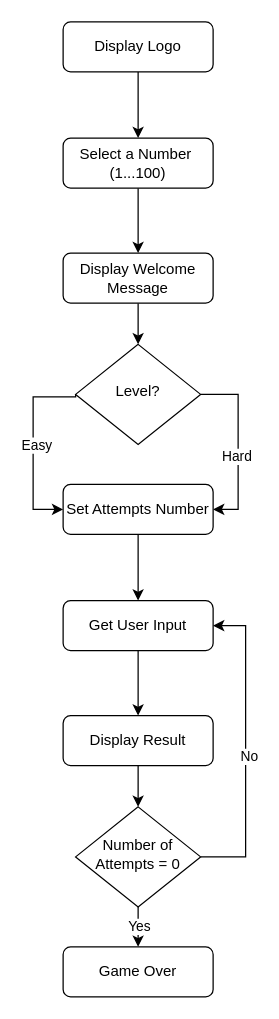
The draw.io diagram day_12_number_guessing_game/project_files/flowchart_number_guessing_game.drawio in ErkanHatipoglu/100-days-of-code, before the edit. Source tidied: cells renumbered, new cells numbered last; positions are measured from the earlier drawing's top-left corner, leaving out a move shared by most shapes. Both pictures are drawn from the tidied source at 125%, with x=0, y=0 at pixel (32, 21).
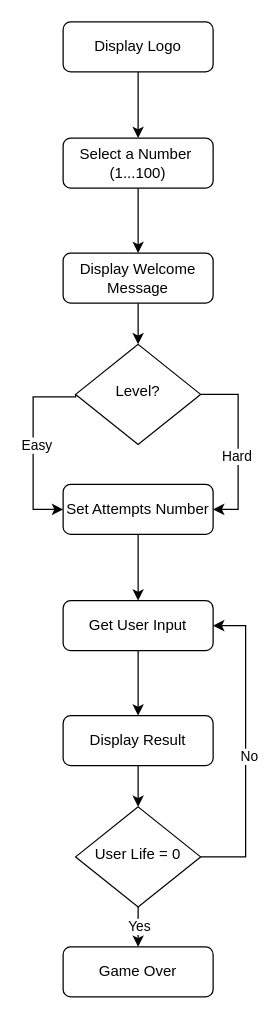
The same page after the edit.

Change to the diagram source:
```diff
@@
-    <mxCell id="21" value="Number of Attempts = 0" style="rhombus;whiteSpace=wrap;html=1;shadow=0;fontFamily=Helvetica;fontSize=12;align=center;strokeWidth=1;spacing=6;spacingTop=-4;" parent="1" vertex="1">
+    <mxCell id="21" value="User Life = 0" style="rhombus;whiteSpace=wrap;html=1;shadow=0;fontFamily=Helvetica;fontSize=12;align=center;strokeWidth=1;spacing=6;spacingTop=-4;" parent="1" vertex="1">
       <mxGeometry x="34" y="628" width="100" height="80" as="geometry" />
     </mxCell>
```
